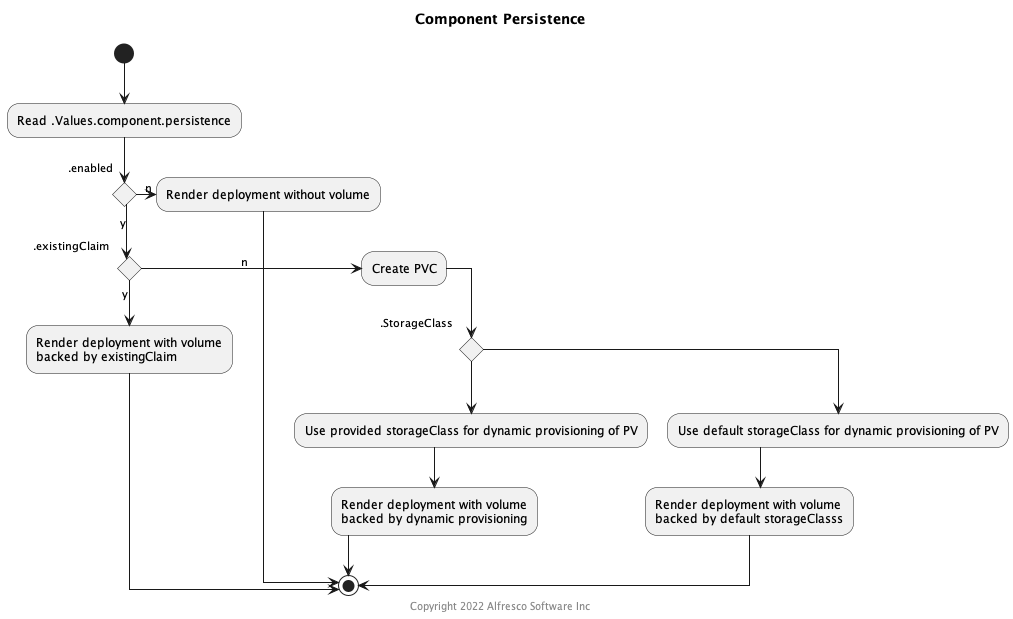
Above: docs/helm/diagrams/charts-storage-persistence.png in Alfresco/acs-deployment (PlantUML), before the change. The source it was exported from:
```plantuml
@startuml
title Component Persistence

skinparam linetype ortho

(*) --> "Read .Values.component.persistence"

if ".enabled" then
  -down->[y] if ".existingClaim" then
    -->[y] "Render deployment with volume\nbacked by existingClaim"
    --> (*)
  else
    -right->[n] "Create PVC"
    if ".StorageClass" then
      --> "Use provided storageClass for dynamic provisioning of PV"
      --> "Render deployment with volume\nbacked by dynamic provisioning"
      --> (*)
    else
      --> "Use default storageClass for dynamic provisioning of PV"
      --> "Render deployment with volume\nbacked by default storageClasss"
       --> (*)
    endif
  endif
else
  -right->[n] "Render deployment without volume"
  --> (*)
endif

center footer Copyright 2022 Alfresco Software Inc

@enduml
```
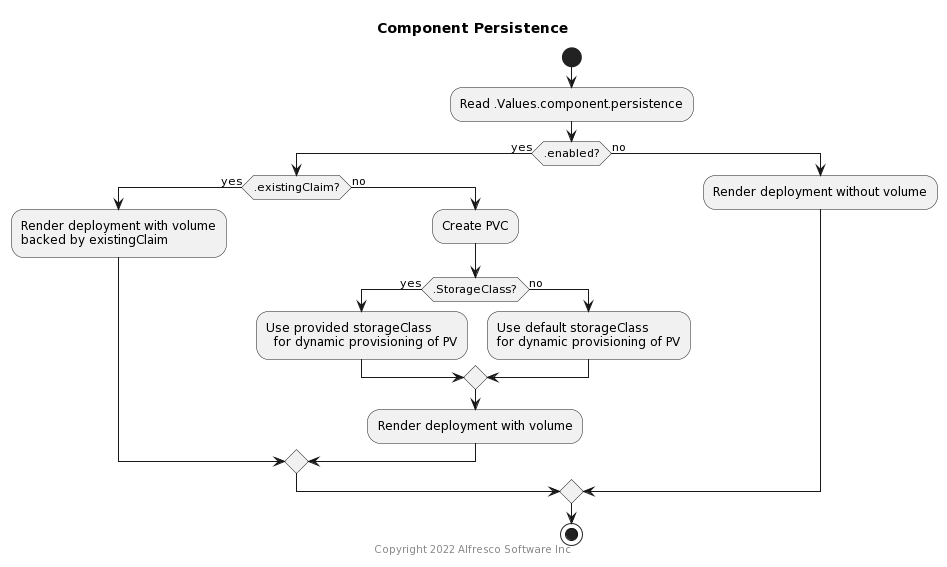
After the change.

Commit message:
updated activity diagram

Diff of the diagram source:
```diff
@@ -3,29 +3,27 @@
 
 skinparam linetype ortho
 
-(*) --> "Read .Values.component.persistence"
-
-if ".enabled" then
-  -down->[y] if ".existingClaim" then
-    -->[y] "Render deployment with volume\nbacked by existingClaim"
-    --> (*)
-  else
-    -right->[n] "Create PVC"
-    if ".StorageClass" then
-      --> "Use provided storageClass for dynamic provisioning of PV"
-      --> "Render deployment with volume\nbacked by dynamic provisioning"
-      --> (*)
-    else
-      --> "Use default storageClass for dynamic provisioning of PV"
-      --> "Render deployment with volume\nbacked by default storageClasss"
-       --> (*)
+start
+:Read .Values.component.persistence;
+if (.enabled?) then (yes)
+  if(.existingClaim?) then (yes)
+    :Render deployment with volume
+    backed by existingClaim;
+  else (no)
+    :Create PVC;
+    if(.StorageClass?) then (yes)
+      :Use provided storageClass
+        for dynamic provisioning of PV;
+    else (no)
+      :Use default storageClass
+      for dynamic provisioning of PV;
     endif
+    :Render deployment with volume;
   endif
-else
-  -right->[n] "Render deployment without volume"
-  --> (*)
+else (no)
+  :Render deployment without volume;
 endif
+stop
 
 center footer Copyright 2022 Alfresco Software Inc
-
 @enduml
```
